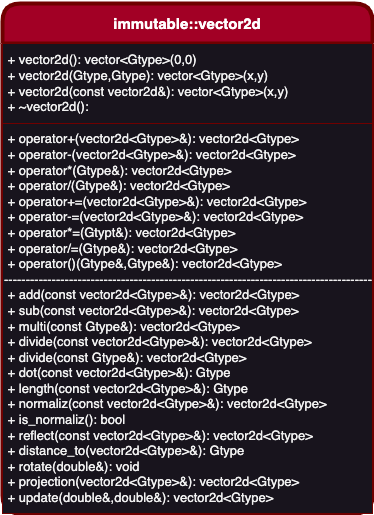
This is lib_docs/img/vector2d_uml.png from GMIVLs/veclib, a draw.io export, as it was before one commit. Source tidied: cells renumbered, new cells last; positions are measured from the earlier drawing's top-left corner, leaving out a move shared by most shapes.
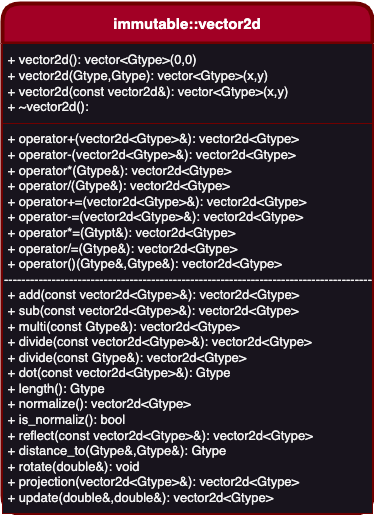
Above is the later version.

Commit message:
update uml diagram of vecto2d class

Diff of the diagram source:
```diff
@@ -5,7 +5,7 @@
     <mxCell id="2" value="&lt;h3&gt;&lt;font style=&quot;font-size: 15px;&quot;&gt;immutable::vector2d&lt;/font&gt;&lt;/h3&gt;" style="swimlane;whiteSpace=wrap;html=1;fillColor=#a20025;fontColor=#ffffff;strokeColor=#6F0000;rounded=1;startSize=40;strokeWidth=4;" parent="1" vertex="1">
       <mxGeometry width="370" height="510" as="geometry" />
     </mxCell>
-    <mxCell id="3" value="&lt;font style=&quot;font-size: 13px;&quot;&gt;&amp;nbsp;+ operator+(vector2d&amp;lt;Gtype&amp;gt;&amp;amp;): vector2d&amp;lt;Gtype&amp;gt;&lt;br&gt;&amp;nbsp;+ operator-(vector2d&amp;lt;Gtype&amp;gt;&amp;amp;): vector2d&amp;lt;Gtype&amp;gt;&lt;br&gt;&amp;nbsp;+ operator*(Gtype&amp;amp;): vector2d&amp;lt;Gtype&amp;gt;&lt;br&gt;&amp;nbsp;+ operator/(Gtype&amp;amp;): vector2d&amp;lt;Gtype&amp;gt;&lt;br&gt;&amp;nbsp;+ operator+=(vector2d&amp;lt;Gtype&amp;gt;&amp;amp;): vector2d&amp;lt;Gtype&amp;gt;&lt;br&gt;&amp;nbsp;+ operator-=(vector2d&amp;lt;Gtype&amp;gt;&amp;amp;): vector2d&amp;lt;Gtype&amp;gt;&lt;br&gt;&amp;nbsp;+ operator*=(Gtypt&amp;amp;): vector2d&amp;lt;Gtype&amp;gt;&lt;br&gt;&amp;nbsp;+ operator/=(Gtype&amp;amp;): vector2d&amp;lt;Gtype&amp;gt;&lt;br&gt;&amp;nbsp;+ operator()(Gtype&amp;amp;,Gtype&amp;amp;): vector2d&amp;lt;Gtype&amp;gt;&lt;br&gt;-------------------------------------------------------------------------------------&lt;br&gt;&amp;nbsp;+ add(const vector2d&amp;lt;Gtype&amp;gt;&amp;amp;): vector2d&amp;lt;Gtype&amp;gt;&lt;br&gt;&amp;nbsp;+ sub(const vector2d&amp;lt;Gtype&amp;gt;&amp;amp;): vector2d&amp;lt;Gtype&amp;gt;&lt;br&gt;&amp;nbsp;+ multi(const Gtype&amp;amp;): vector2d&amp;lt;Gtype&amp;gt;&lt;br&gt;&amp;nbsp;+ divide(const vector2d&amp;lt;Gtype&amp;gt;&amp;amp;): vector2d&amp;lt;Gtype&amp;gt;&lt;br&gt;&amp;nbsp;+ divide(const Gtype&amp;amp;): vector2d&amp;lt;Gtype&amp;gt;&lt;br&gt;&amp;nbsp;+ dot(const vector2d&amp;lt;Gtype&amp;gt;&amp;amp;): Gtype&lt;br&gt;&amp;nbsp;+ length(const vector2d&amp;lt;Gtype&amp;gt;&amp;amp;): Gtype&lt;br&gt;&amp;nbsp;+ normaliz(const vector2d&amp;lt;Gtype&amp;gt;&amp;amp;): vector2d&amp;lt;Gtype&amp;gt;&lt;br&gt;&amp;nbsp;+ is_normaliz(): bool&lt;br&gt;&amp;nbsp;+ reflect(const vector2d&amp;lt;Gtype&amp;gt;&amp;amp;): vector2d&amp;lt;Gtype&amp;gt;&lt;br&gt;&amp;nbsp;+ distance_to(vector2d&amp;lt;Gtype&amp;gt;&amp;amp;): Gtype&lt;br&gt;&amp;nbsp;+ rotate(double&amp;amp;): void&lt;br&gt;&amp;nbsp;+ projection(vector2d&amp;lt;Gtype&amp;gt;&amp;amp;): vector2d&amp;lt;Gtype&amp;gt;&lt;br&gt;&amp;nbsp;+ update(double&amp;amp;,double&amp;amp;): vector2d&amp;lt;Gtype&amp;gt;&lt;br&gt;&lt;/font&gt;" style="rounded=0;whiteSpace=wrap;html=1;strokeColor=#6F0000;align=left;" parent="2" vertex="1">
+    <mxCell id="3" value="&lt;font style=&quot;font-size: 13px;&quot;&gt;&amp;nbsp;+ operator+(vector2d&amp;lt;Gtype&amp;gt;&amp;amp;): vector2d&amp;lt;Gtype&amp;gt;&lt;br&gt;&amp;nbsp;+ operator-(vector2d&amp;lt;Gtype&amp;gt;&amp;amp;): vector2d&amp;lt;Gtype&amp;gt;&lt;br&gt;&amp;nbsp;+ operator*(Gtype&amp;amp;): vector2d&amp;lt;Gtype&amp;gt;&lt;br&gt;&amp;nbsp;+ operator/(Gtype&amp;amp;): vector2d&amp;lt;Gtype&amp;gt;&lt;br&gt;&amp;nbsp;+ operator+=(vector2d&amp;lt;Gtype&amp;gt;&amp;amp;): vector2d&amp;lt;Gtype&amp;gt;&lt;br&gt;&amp;nbsp;+ operator-=(vector2d&amp;lt;Gtype&amp;gt;&amp;amp;): vector2d&amp;lt;Gtype&amp;gt;&lt;br&gt;&amp;nbsp;+ operator*=(Gtypt&amp;amp;): vector2d&amp;lt;Gtype&amp;gt;&lt;br&gt;&amp;nbsp;+ operator/=(Gtype&amp;amp;): vector2d&amp;lt;Gtype&amp;gt;&lt;br&gt;&amp;nbsp;+ operator()(Gtype&amp;amp;,Gtype&amp;amp;): vector2d&amp;lt;Gtype&amp;gt;&lt;br&gt;-------------------------------------------------------------------------------------&lt;br&gt;&amp;nbsp;+ add(const vector2d&amp;lt;Gtype&amp;gt;&amp;amp;): vector2d&amp;lt;Gtype&amp;gt;&lt;br&gt;&amp;nbsp;+ sub(const vector2d&amp;lt;Gtype&amp;gt;&amp;amp;): vector2d&amp;lt;Gtype&amp;gt;&lt;br&gt;&amp;nbsp;+ multi(const Gtype&amp;amp;): vector2d&amp;lt;Gtype&amp;gt;&lt;br&gt;&amp;nbsp;+ divide(const vector2d&amp;lt;Gtype&amp;gt;&amp;amp;): vector2d&amp;lt;Gtype&amp;gt;&lt;br&gt;&amp;nbsp;+ divide(const Gtype&amp;amp;): vector2d&amp;lt;Gtype&amp;gt;&lt;br&gt;&amp;nbsp;+ dot(const vector2d&amp;lt;Gtype&amp;gt;&amp;amp;): Gtype&lt;br&gt;&amp;nbsp;+ length(): Gtype&lt;br&gt;&amp;nbsp;+ normalize(): vector2d&amp;lt;Gtype&amp;gt;&lt;br&gt;&amp;nbsp;+ is_normaliz(): bool&lt;br&gt;&amp;nbsp;+ reflect(const vector2d&amp;lt;Gtype&amp;gt;&amp;amp;): vector2d&amp;lt;Gtype&amp;gt;&lt;br&gt;&amp;nbsp;+ distance_to(Gtype&amp;amp;,Gtype&amp;amp;): Gtype&lt;br&gt;&amp;nbsp;+ rotate(double&amp;amp;): void&lt;br&gt;&amp;nbsp;+ projection(vector2d&amp;lt;Gtype&amp;gt;&amp;amp;): vector2d&amp;lt;Gtype&amp;gt;&lt;br&gt;&amp;nbsp;+ update(double&amp;amp;,double&amp;amp;): vector2d&amp;lt;Gtype&amp;gt;&lt;br&gt;&lt;/font&gt;" style="rounded=0;whiteSpace=wrap;html=1;strokeColor=#6F0000;align=left;" parent="2" vertex="1">
       <mxGeometry y="120" width="370" height="390" as="geometry" />
     </mxCell>
     <mxCell id="4" value="&lt;font style=&quot;font-size: 13px;&quot;&gt;&amp;nbsp;+ vector2d(): vector&amp;lt;Gtype&amp;gt;(0,0)&lt;br&gt;&amp;nbsp;+ vector2d(Gtype,Gtype): vector&amp;lt;Gtype&amp;gt;(x,y)&lt;br&gt;&amp;nbsp;+ vector2d(const vector2d&amp;amp;): vector&amp;lt;Gtype&amp;gt;(x,y)&lt;br&gt;&amp;nbsp;+ ~vector2d():&lt;/font&gt;" style="rounded=0;whiteSpace=wrap;html=1;strokeColor=#6F0000;align=left;" parent="2" vertex="1">
```
